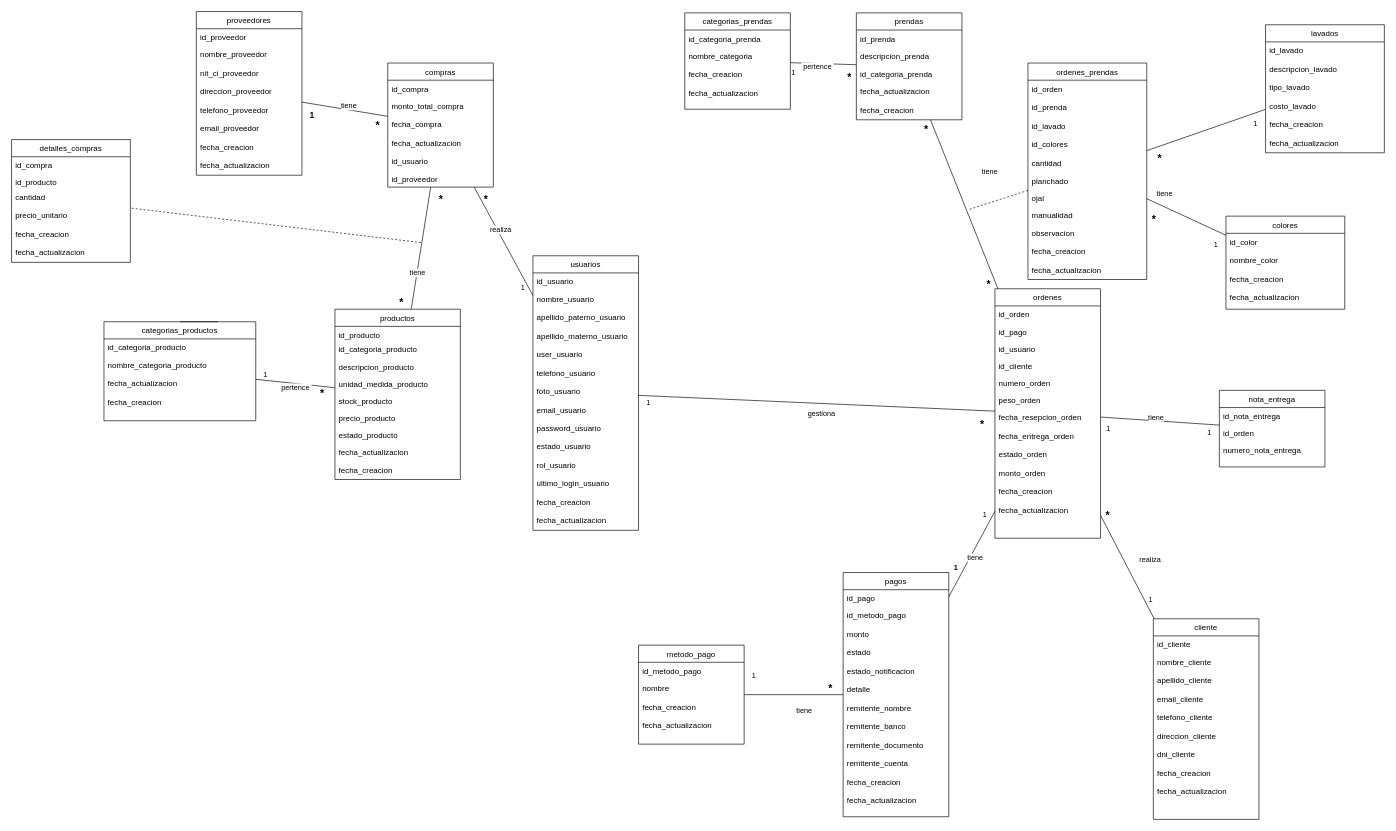
The draw.io diagram db.drawio in PitterQuenallata/lavanderia, before the edit. Source tidied: cells renumbered, new cells numbered last; positions are measured from the earlier drawing's top-left corner, leaving out a move shared by most shapes. Both pictures are drawn from the tidied source at 66%, with x=0, y=0 at pixel (11, 11).
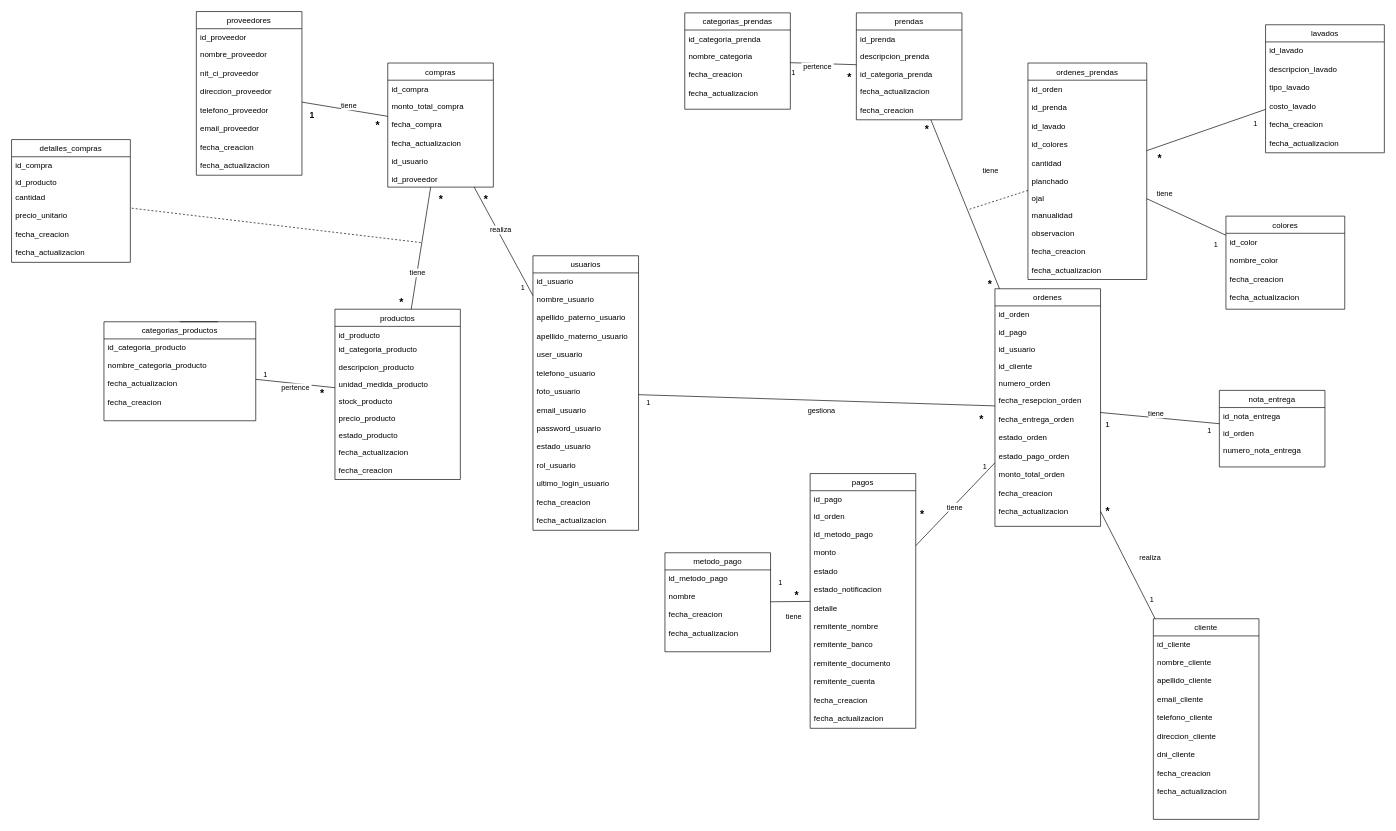
After the change.

Unchanged cells that the change refers to:
```xml
<mxCell id="176" style="endArrow=none;html=1;rounded=0;strokeColor=default;align=center;verticalAlign=middle;fontFamily=Helvetica;fontSize=11;fontColor=default;labelBackgroundColor=default;" parent="1" edge="1" source="88" target="154">
  <mxGeometry relative="1" as="geometry" />
</mxCell>
<mxCell id="185" style="endArrow=none;html=1;rounded=0;strokeColor=default;align=center;verticalAlign=middle;fontFamily=Helvetica;fontSize=11;fontColor=default;labelBackgroundColor=default;" parent="1" edge="1" source="180" target="105">
  <mxGeometry relative="1" as="geometry" />
</mxCell>
```

Diff of the diagram source:
```diff
@@
     <mxCell id="88" value="ordenes" style="swimlane;fontStyle=0;align=center;verticalAlign=top;horizontal=1;startSize=26;rounded=0;shadow=0;strokeWidth=1;" parent="1" vertex="1">
-      <mxGeometry x="1490" y="420" width="160" height="378" as="geometry" />
+      <mxGeometry x="1490" y="420" width="160" height="360" as="geometry" />
     </mxCell>
@@
-    <mxCell id="94" value="peso_orden" style="text;align=left;verticalAlign=top;spacingLeft=4;spacingRight=4;overflow=hidden;" parent="88" vertex="1">
-      <mxGeometry y="156" width="160" height="26" as="geometry" />
-    </mxCell>
     <mxCell id="95" value="fecha_resepcion_orden" style="text;align=left;verticalAlign=top;spacingLeft=4;spacingRight=4;overflow=hidden;rounded=0;shadow=0;html=0;" parent="88" vertex="1">
-      <mxGeometry y="182" width="160" height="28" as="geometry" />
+      <mxGeometry y="156" width="160" height="28" as="geometry" />
     </mxCell>
     <mxCell id="96" value="fecha_entrega_orden" style="text;align=left;verticalAlign=top;spacingLeft=4;spacingRight=4;overflow=hidden;rounded=0;shadow=0;html=0;" parent="88" vertex="1">
-      <mxGeometry y="210" width="160" height="28" as="geometry" />
+      <mxGeometry y="184" width="160" height="28" as="geometry" />
     </mxCell>
     <mxCell id="97" value="estado_orden" style="text;align=left;verticalAlign=top;spacingLeft=4;spacingRight=4;overflow=hidden;rounded=0;shadow=0;html=0;" parent="88" vertex="1">
-      <mxGeometry y="238" width="160" height="28" as="geometry" />
+      <mxGeometry y="212" width="160" height="28" as="geometry" />
     </mxCell>
-    <mxCell id="98" value="monto_orden" style="text;align=left;verticalAlign=top;spacingLeft=4;spacingRight=4;overflow=hidden;rounded=0;shadow=0;html=0;" parent="88" vertex="1">
-      <mxGeometry y="266" width="160" height="28" as="geometry" />
-    </mxCell>
+    <mxCell id="189" value="estado_pago_orden" style="text;align=left;verticalAlign=top;spacingLeft=4;spacingRight=4;overflow=hidden;rounded=0;shadow=0;html=0;" parent="88" vertex="1">
+      <mxGeometry y="240" width="160" height="28" as="geometry" />
+    </mxCell>
+    <mxCell id="190" value="monto_total_orden" style="text;align=left;verticalAlign=top;spacingLeft=4;spacingRight=4;overflow=hidden;rounded=0;shadow=0;html=0;" parent="88" vertex="1">
+      <mxGeometry y="268" width="160" height="28" as="geometry" />
+    </mxCell>
     <mxCell id="99" value="fecha_creacion" style="text;align=left;verticalAlign=top;spacingLeft=4;spacingRight=4;overflow=hidden;rounded=0;shadow=0;html=0;" parent="88" vertex="1">
-      <mxGeometry y="294" width="160" height="28" as="geometry" />
+      <mxGeometry y="296" width="160" height="28" as="geometry" />
     </mxCell>
     <mxCell id="100" value="fecha_actualizacion" style="text;align=left;verticalAlign=top;spacingLeft=4;spacingRight=4;overflow=hidden;rounded=0;shadow=0;html=0;" parent="88" vertex="1">
-      <mxGeometry y="322" width="160" height="28" as="geometry" />
+      <mxGeometry y="324" width="160" height="28" as="geometry" />
     </mxCell>
@@
     <mxCell id="154" value="pagos" style="swimlane;fontStyle=0;align=center;verticalAlign=top;horizontal=1;startSize=26;rounded=0;shadow=0;strokeWidth=1;" parent="1" vertex="1">
-      <mxGeometry x="1260" y="850" width="160" height="370" as="geometry" />
+      <mxGeometry x="1210" y="700" width="160" height="386" as="geometry" />
     </mxCell>
@@
+    <mxCell id="191" value="id_orden" style="text;align=left;verticalAlign=top;spacingLeft=4;spacingRight=4;overflow=hidden;" parent="154" vertex="1">
+      <mxGeometry y="52" width="160" height="26" as="geometry" />
+    </mxCell>
     <mxCell id="156" value="id_metodo_pago" style="text;align=left;verticalAlign=top;spacingLeft=4;spacingRight=4;overflow=hidden;rounded=0;shadow=0;html=0;" parent="154" vertex="1">
-      <mxGeometry y="52" width="160" height="28" as="geometry" />
+      <mxGeometry y="78" width="160" height="28" as="geometry" />
     </mxCell>
     <mxCell id="157" value="monto" style="text;align=left;verticalAlign=top;spacingLeft=4;spacingRight=4;overflow=hidden;rounded=0;shadow=0;html=0;" parent="154" vertex="1">
-      <mxGeometry y="80" width="160" height="28" as="geometry" />
+      <mxGeometry y="106" width="160" height="28" as="geometry" />
     </mxCell>
     <mxCell id="158" value="estado" style="text;align=left;verticalAlign=top;spacingLeft=4;spacingRight=4;overflow=hidden;rounded=0;shadow=0;html=0;" parent="154" vertex="1">
-      <mxGeometry y="108" width="160" height="28" as="geometry" />
+      <mxGeometry y="134" width="160" height="28" as="geometry" />
     </mxCell>
     <mxCell id="159" value="estado_notificacion" style="text;align=left;verticalAlign=top;spacingLeft=4;spacingRight=4;overflow=hidden;rounded=0;shadow=0;html=0;" parent="154" vertex="1">
-      <mxGeometry y="136" width="160" height="28" as="geometry" />
+      <mxGeometry y="162" width="160" height="28" as="geometry" />
     </mxCell>
     <mxCell id="160" value="detalle" style="text;align=left;verticalAlign=top;spacingLeft=4;spacingRight=4;overflow=hidden;rounded=0;shadow=0;html=0;" parent="154" vertex="1">
-      <mxGeometry y="164" width="160" height="28" as="geometry" />
+      <mxGeometry y="190" width="160" height="28" as="geometry" />
     </mxCell>
     <mxCell id="161" value="remitente_nombre" style="text;align=left;verticalAlign=top;spacingLeft=4;spacingRight=4;overflow=hidden;rounded=0;shadow=0;html=0;" parent="154" vertex="1">
-      <mxGeometry y="192" width="160" height="28" as="geometry" />
+      <mxGeometry y="218" width="160" height="28" as="geometry" />
     </mxCell>
     <mxCell id="162" value="remitente_banco" style="text;align=left;verticalAlign=top;spacingLeft=4;spacingRight=4;overflow=hidden;rounded=0;shadow=0;html=0;" parent="154" vertex="1">
-      <mxGeometry y="220" width="160" height="28" as="geometry" />
+      <mxGeometry y="246" width="160" height="28" as="geometry" />
     </mxCell>
     <mxCell id="163" value="remitente_documento" style="text;align=left;verticalAlign=top;spacingLeft=4;spacingRight=4;overflow=hidden;rounded=0;shadow=0;html=0;" parent="154" vertex="1">
-      <mxGeometry y="248" width="160" height="28" as="geometry" />
+      <mxGeometry y="274" width="160" height="28" as="geometry" />
     </mxCell>
     <mxCell id="164" value="remitente_cuenta" style="text;align=left;verticalAlign=top;spacingLeft=4;spacingRight=4;overflow=hidden;rounded=0;shadow=0;html=0;" parent="154" vertex="1">
-      <mxGeometry y="276" width="160" height="28" as="geometry" />
+      <mxGeometry y="302" width="160" height="28" as="geometry" />
     </mxCell>
     <mxCell id="165" value="fecha_creacion" style="text;align=left;verticalAlign=top;spacingLeft=4;spacingRight=4;overflow=hidden;rounded=0;shadow=0;html=0;" parent="154" vertex="1">
-      <mxGeometry y="304" width="160" height="28" as="geometry" />
+      <mxGeometry y="330" width="160" height="28" as="geometry" />
     </mxCell>
     <mxCell id="166" value="fecha_actualizacion" style="text;align=left;verticalAlign=top;spacingLeft=4;spacingRight=4;overflow=hidden;rounded=0;shadow=0;html=0;" parent="154" vertex="1">
-      <mxGeometry y="332" width="160" height="28" as="geometry" />
+      <mxGeometry y="358" width="160" height="28" as="geometry" />
     </mxCell>
     <mxCell id="167" value="metodo_pago" style="swimlane;fontStyle=0;align=center;verticalAlign=top;horizontal=1;startSize=26;rounded=0;shadow=0;strokeWidth=1;" parent="1" vertex="1">
-      <mxGeometry x="950" y="960" width="160" height="150" as="geometry" />
+      <mxGeometry x="990" y="820" width="160" height="150" as="geometry" />
     </mxCell>
@@
-    <mxCell id="178" value="1" style="html=1;whiteSpace=wrap;align=center;verticalAlign=bottom;fontFamily=Helvetica;fontSize=11;fontColor=default;labelBackgroundColor=none;spacing=2;fontStyle=1;" parent="176" vertex="1">
+    <mxCell id="178" value="&lt;span style=&quot;font-size: 16px;&quot;&gt;*&lt;/span&gt;" style="html=1;whiteSpace=wrap;align=center;verticalAlign=bottom;fontFamily=Helvetica;fontSize=11;fontColor=default;labelBackgroundColor=none;spacing=2;fontStyle=1;" parent="176" vertex="1">
       <mxGeometry x="1" relative="1" as="geometry">
         <mxPoint x="10" y="-37" as="offset" />
       </mxGeometry>
     </mxCell>
@@
-    <mxCell id="187" value="*" style="html=1;whiteSpace=wrap;align=center;verticalAlign=bottom;fontFamily=Helvetica;fontSize=16;fontColor=default;labelBackgroundColor=none;spacing=2;fontStyle=1;" parent="185" vertex="1">
+    <mxCell id="187" style="html=1;whiteSpace=wrap;align=center;verticalAlign=bottom;fontFamily=Helvetica;fontSize=16;fontColor=default;labelBackgroundColor=none;spacing=2;fontStyle=1;" parent="185" vertex="1">
       <mxGeometry x="1" relative="1" as="geometry">
         <mxPoint x="10" y="42" as="offset" />
       </mxGeometry>
     </mxCell>
```
